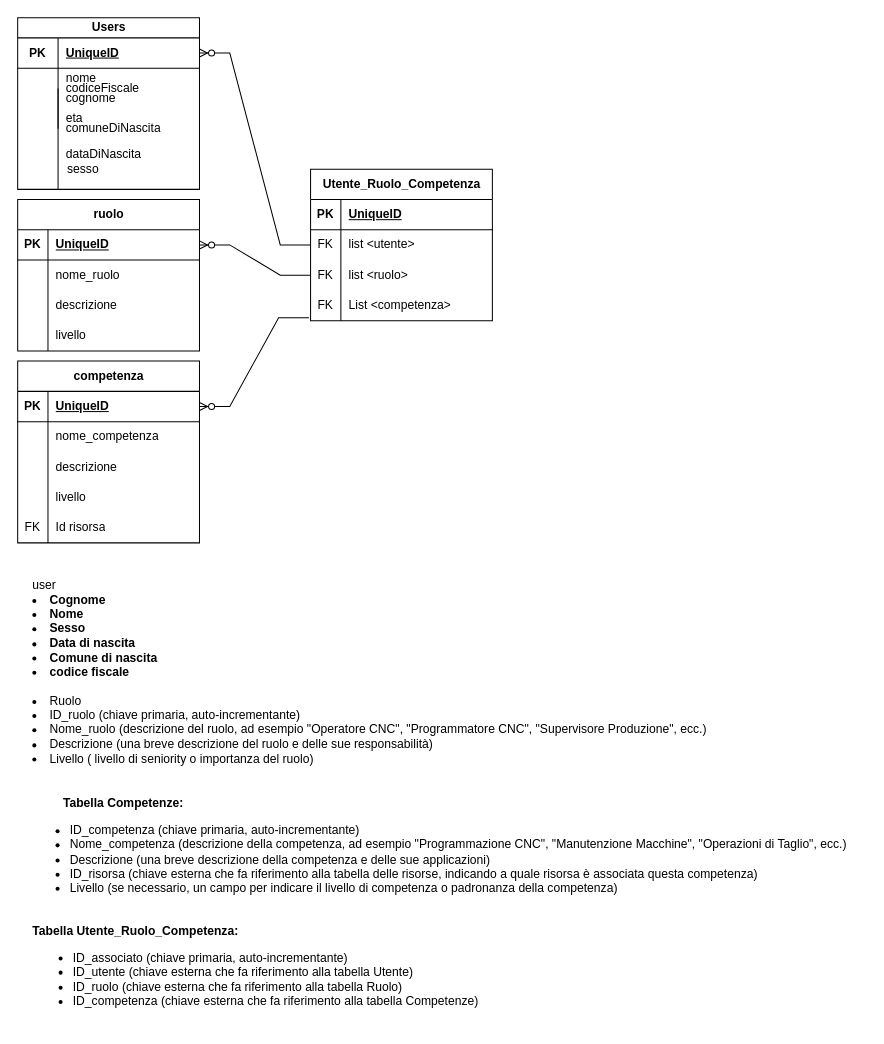
Above: page "Page-1" (1 of 2) of Untitled Diagram.drawio in giahck/GestionaleAziendale (draw.io), before the change. Source tidied: cells renumbered, new cells numbered last; positions are measured from the earlier drawing's top-left corner, leaving out a move shared by most shapes. Both pictures are drawn from the tidied source at 101%, with x=0, y=0 at pixel (17, 17).
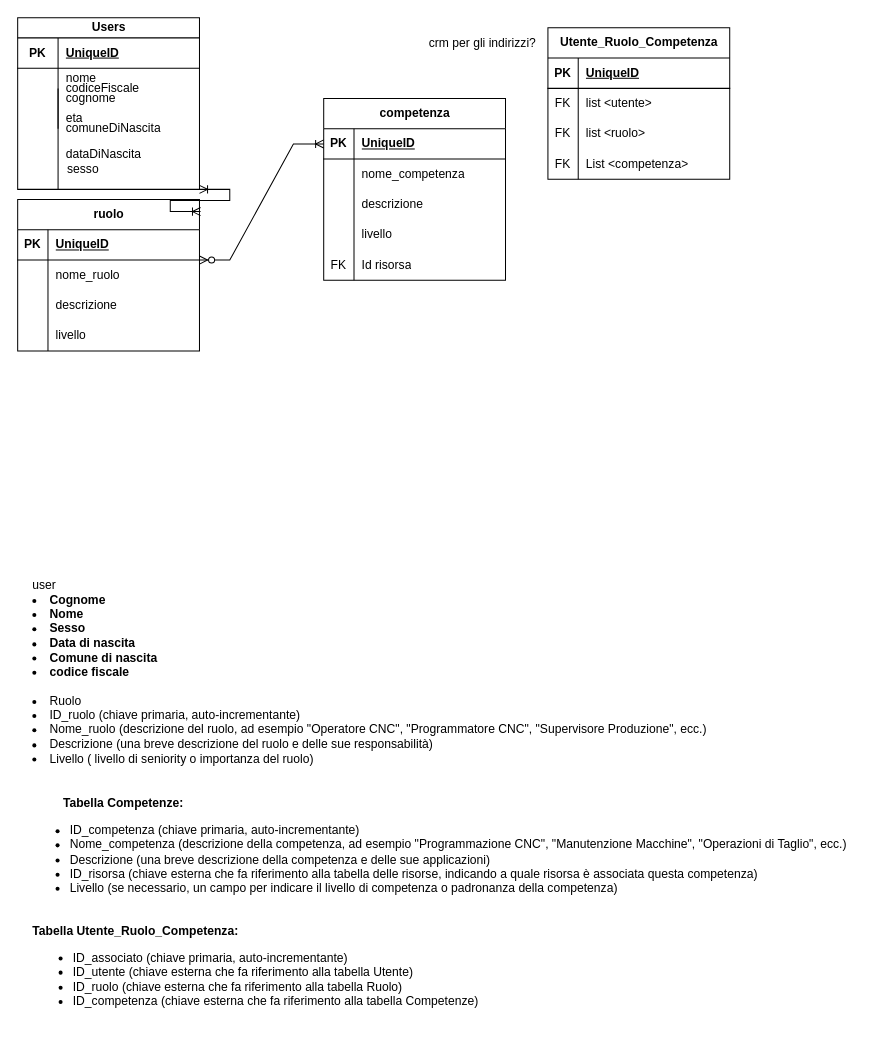
The same page after the edit.

Unchanged cells that the change refers to:
```xml
<mxCell id="2" value="Users" style="shape=table;startSize=20;childLayout=tableLayout;rowLines=0;fontStyle=1;align=center;html=1;" parent="1" vertex="1">
  <mxGeometry width="180" height="170" as="geometry" />
</mxCell>
<mxCell id="3" style="shape=tableRow;horizontal=0;startSize=0;swimlaneHead=0;swimlaneBody=0;fillColor=none;points=[[0,0.5],[1,0.5]];portConstraint=eastwest;top=0;left=0;right=0;bottom=1;" parent="2" vertex="1">
  <mxGeometry y="20" width="180" height="30" as="geometry" />
</mxCell>
<mxCell id="35" value="ruolo" style="shape=table;startSize=30;childLayout=tableLayout;rowLines=0;fontStyle=1;align=center;html=1;" parent="1" vertex="1">
  <mxGeometry y="180" width="180" height="150" as="geometry" />
</mxCell>
<mxCell id="36" style="shape=tableRow;horizontal=0;startSize=0;swimlaneHead=0;swimlaneBody=0;fillColor=none;points=[[0,0.5],[1,0.5]];portConstraint=eastwest;top=0;left=0;right=0;bottom=1;" parent="35" vertex="1">
  <mxGeometry y="30" width="180" height="30" as="geometry" />
</mxCell>
<mxCell id="49" style="shape=tableRow;horizontal=0;startSize=0;swimlaneHead=0;swimlaneBody=0;fillColor=none;points=[[0,0.5],[1,0.5]];portConstraint=eastwest;top=0;left=0;right=0;bottom=1;" parent="48" vertex="1">
  <mxGeometry y="30" width="180" height="30" as="geometry" />
</mxCell>
<mxCell id="69" style="shape=tableRow;horizontal=0;startSize=0;swimlaneHead=0;swimlaneBody=0;fillColor=none;points=[[0,0.5],[1,0.5]];portConstraint=eastwest;top=0;left=0;right=0;bottom=0;" parent="65" vertex="1">
  <mxGeometry y="60" width="180" height="30" as="geometry" />
</mxCell>
<mxCell id="72" style="shape=tableRow;horizontal=0;startSize=0;swimlaneHead=0;swimlaneBody=0;fillColor=none;points=[[0,0.5],[1,0.5]];portConstraint=eastwest;top=0;left=0;right=0;bottom=0;" parent="65" vertex="1">
  <mxGeometry y="90" width="180" height="30" as="geometry" />
</mxCell>
<mxCell id="75" style="shape=tableRow;horizontal=0;startSize=0;swimlaneHead=0;swimlaneBody=0;fillColor=none;points=[[0,0.5],[1,0.5]];portConstraint=eastwest;top=0;left=0;right=0;bottom=0;" parent="65" vertex="1">
  <mxGeometry y="120" width="180" height="30" as="geometry" />
</mxCell>
```

The edit, as a diff of the source:
```diff
@@
     <mxCell id="48" value="competenza" style="shape=table;startSize=30;childLayout=tableLayout;rowLines=0;fontStyle=1;align=center;html=1;" parent="1" vertex="1">
-      <mxGeometry y="340" width="180" height="180" as="geometry" />
+      <mxGeometry x="303" y="80" width="180" height="180" as="geometry" />
     </mxCell>
@@
     <mxCell id="65" value="Utente_Ruolo_Competenza" style="shape=table;startSize=30;childLayout=tableLayout;rowLines=0;fontStyle=1;align=center;html=1;" parent="1" vertex="1">
-      <mxGeometry x="290" y="150" width="180" height="150" as="geometry" />
+      <mxGeometry x="525" y="10" width="180" height="150" as="geometry" />
     </mxCell>
@@
-    <mxCell id="78" style="edgeStyle=entityRelationEdgeStyle;fontSize=12;html=1;endArrow=ERzeroToMany;endFill=1;rounded=0;exitX=0;exitY=0.5;exitDx=0;exitDy=0;entryX=1;entryY=0.5;entryDx=0;entryDy=0;" parent="1" edge="1" source="69" target="3">
-      <mxGeometry relative="1" as="geometry">
-        <Array as="points">
-          <mxPoint x="200" y="70" />
-        </Array>
-      </mxGeometry>
-    </mxCell>
-    <mxCell id="79" style="edgeStyle=entityRelationEdgeStyle;fontSize=12;html=1;endArrow=ERzeroToMany;endFill=1;rounded=0;entryX=1;entryY=0.5;entryDx=0;entryDy=0;" parent="1" edge="1" source="72" target="36">
-      <mxGeometry relative="1" as="geometry" />
-    </mxCell>
-    <mxCell id="80" style="edgeStyle=entityRelationEdgeStyle;fontSize=12;html=1;endArrow=ERzeroToMany;endFill=1;rounded=0;entryX=1;entryY=0.5;entryDx=0;entryDy=0;exitX=-0.009;exitY=0.9;exitDx=0;exitDy=0;exitPerimeter=0;" parent="1" edge="1" source="75" target="49">
-      <mxGeometry relative="1" as="geometry" />
-    </mxCell>
+    <mxCell id="81" value="crm per gli indirizzi?&lt;div&gt;&lt;br&gt;&lt;/div&gt;" style="text;html=1;align=center;verticalAlign=middle;strokeColor=none;fillColor=none;" parent="1" vertex="1">
+      <mxGeometry x="395" y="13" width="130" height="40" as="geometry" />
+    </mxCell>
+    <mxCell id="82" style="edgeStyle=entityRelationEdgeStyle;fontSize=12;html=1;endArrow=ERoneToMany;startArrow=ERoneToMany;rounded=0;exitX=1.006;exitY=0.08;exitDx=0;exitDy=0;exitPerimeter=0;entryX=1;entryY=1;entryDx=0;entryDy=0;" parent="1" edge="1" source="35" target="2">
+      <mxGeometry relative="1" as="geometry">
+        <Array as="points">
+          <mxPoint x="210" y="180" />
+          <mxPoint x="220" y="170" />
+          <mxPoint x="230" y="170" />
+          <mxPoint x="230" y="190" />
+        </Array>
+      </mxGeometry>
+    </mxCell>
+    <mxCell id="83" style="edgeStyle=entityRelationEdgeStyle;fontSize=12;html=1;endArrow=ERoneToMany;startArrow=ERzeroToMany;rounded=0;entryX=0;entryY=0.5;entryDx=0;entryDy=0;" parent="1" edge="1" target="49">
+      <mxGeometry relative="1" as="geometry">
+        <mxPoint x="180" y="240" as="sourcePoint" />
+      </mxGeometry>
+    </mxCell>
```
